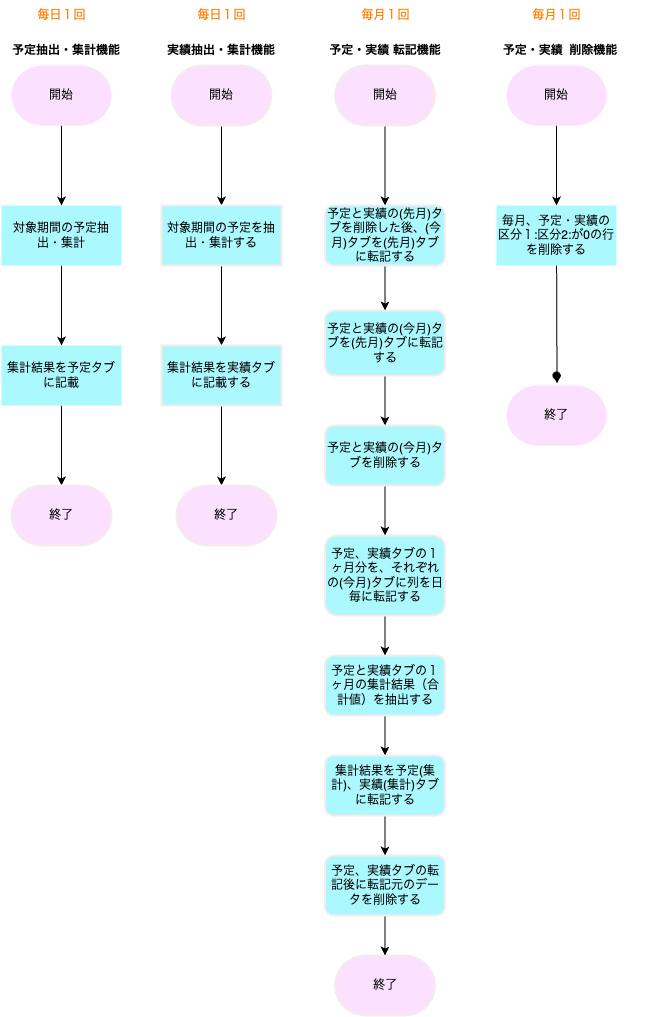
naomi-ume/gas_schedule_extraction_plan_result keeps this draw.io diagram as simple_flowchart.png. Above is the earlier version. Source tidied: cells renumbered, new cells last; positions are measured from the earlier drawing's top-left corner, leaving out a move shared by most shapes.
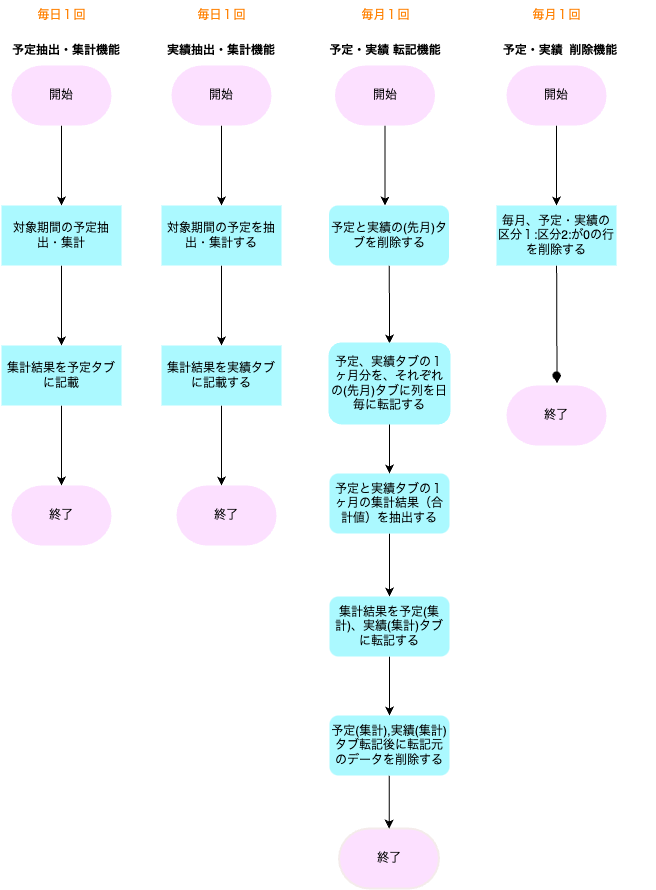
Above is the later version.

Commit message:
フローチャート修正

Change to the diagram source:
```diff
@@ -25,7 +25,7 @@
     <mxCell id="8" value="集計結果を予定タブに記載" style="whiteSpace=wrap;html=1;fillColor=#ABF9FF;fontColor=#000000;strokeWidth=2;strokeColor=none;" parent="1" vertex="1">
       <mxGeometry y="345" width="120" height="60" as="geometry" />
     </mxCell>
-    <mxCell id="9" value="終了" style="strokeWidth=2;html=1;shape=mxgraph.flowchart.terminator;whiteSpace=wrap;strokeColor=#F4EBEB;fontColor=#000000;fillColor=#FCE0FF;" parent="1" vertex="1">
+    <mxCell id="9" value="終了" style="strokeWidth=2;html=1;shape=mxgraph.flowchart.terminator;whiteSpace=wrap;strokeColor=none;fontColor=#000000;fillColor=#FCE0FF;" parent="1" vertex="1">
       <mxGeometry x="10" y="485" width="100" height="60" as="geometry" />
     </mxCell>
     <mxCell id="10" value="実績抽出・集計機能" style="text;strokeColor=none;align=center;fillColor=none;html=1;verticalAlign=middle;whiteSpace=wrap;rounded=0;fontColor=#000000;fontStyle=1;" parent="1" vertex="1">
@@ -34,13 +34,13 @@
     <mxCell id="11" style="edgeStyle=none;html=1;strokeColor=#000000;fontColor=#000000;" parent="1" edge="1" source="12" target="14">
       <mxGeometry relative="1" as="geometry" />
     </mxCell>
-    <mxCell id="12" value="開始" style="strokeWidth=2;html=1;shape=mxgraph.flowchart.terminator;whiteSpace=wrap;strokeColor=#F4EBEB;fontColor=#000000;fillColor=#FCE0FF;" parent="1" vertex="1">
+    <mxCell id="12" value="開始" style="strokeWidth=2;html=1;shape=mxgraph.flowchart.terminator;whiteSpace=wrap;strokeColor=none;fontColor=#000000;fillColor=#FCE0FF;" parent="1" vertex="1">
       <mxGeometry x="170" y="65" width="100" height="60" as="geometry" />
     </mxCell>
     <mxCell id="13" style="edgeStyle=none;html=1;strokeColor=#000000;fontColor=#000000;" parent="1" edge="1" source="14" target="16">
       <mxGeometry relative="1" as="geometry" />
     </mxCell>
-    <mxCell id="14" value="対象期間の予定を抽出・集計する" style="whiteSpace=wrap;html=1;fillColor=#ABF9FF;strokeColor=#F4EBEB;fontColor=#000000;strokeWidth=2;" parent="1" vertex="1">
+    <mxCell id="14" value="対象期間の予定を抽出・集計する" style="whiteSpace=wrap;html=1;fillColor=#ABF9FF;strokeColor=none;fontColor=#000000;strokeWidth=2;" parent="1" vertex="1">
       <mxGeometry x="160" y="205" width="120" height="60" as="geometry" />
     </mxCell>
     <mxCell id="15" style="edgeStyle=none;html=1;strokeColor=#000000;fontColor=#000000;" parent="1" edge="1" source="16">
@@ -48,47 +48,43 @@
         <mxPoint x="220" y="485" as="targetPoint" />
       </mxGeometry>
     </mxCell>
-    <mxCell id="16" value="集計結果を実績タブに記載する" style="whiteSpace=wrap;html=1;fillColor=#ABF9FF;strokeColor=#F4EBEB;fontColor=#000000;strokeWidth=2;" parent="1" vertex="1">
+    <mxCell id="16" value="集計結果を実績タブに記載する" style="whiteSpace=wrap;html=1;fillColor=#ABF9FF;strokeColor=none;fontColor=#000000;strokeWidth=2;" parent="1" vertex="1">
       <mxGeometry x="160" y="345" width="120" height="60" as="geometry" />
     </mxCell>
-    <mxCell id="17" value="終了" style="strokeWidth=2;html=1;shape=mxgraph.flowchart.terminator;whiteSpace=wrap;strokeColor=#F4EBEB;fontColor=#000000;fillColor=#FCE0FF;" parent="1" vertex="1">
+    <mxCell id="17" value="終了" style="strokeWidth=2;html=1;shape=mxgraph.flowchart.terminator;whiteSpace=wrap;strokeColor=none;fontColor=#000000;fillColor=#FCE0FF;" parent="1" vertex="1">
       <mxGeometry x="175" y="485" width="100" height="60" as="geometry" />
     </mxCell>
     <mxCell id="18" value="予定・実績 転記機能" style="text;strokeColor=none;align=center;fillColor=none;html=1;verticalAlign=middle;whiteSpace=wrap;rounded=0;fontColor=#000000;fontStyle=1;" parent="1" vertex="1">
       <mxGeometry x="283.5" y="35" width="200" height="30" as="geometry" />
     </mxCell>
     <mxCell id="19" value="終了" style="strokeWidth=2;html=1;shape=mxgraph.flowchart.terminator;whiteSpace=wrap;strokeColor=#F4EBEB;fontColor=#000000;fillColor=#FCE0FF;" parent="1" vertex="1">
-      <mxGeometry x="333.5" y="955" width="100" height="60" as="geometry" />
+      <mxGeometry x="337.5" y="828" width="100" height="60" as="geometry" />
     </mxCell>
-    <mxCell id="20" style="edgeStyle=none;html=1;strokeColor=#000000;fontColor=#000000;" parent="1" edge="1" source="21" target="35">
-      <mxGeometry relative="1" as="geometry" />
+    <mxCell id="20" style="edgeStyle=none;html=1;strokeColor=#000000;fontColor=#000000;" parent="1" edge="1" source="21">
+      <mxGeometry relative="1" as="geometry">
+        <mxPoint x="383.5" y="205" as="targetPoint" />
+      </mxGeometry>
     </mxCell>
-    <mxCell id="21" value="開始" style="strokeWidth=2;html=1;shape=mxgraph.flowchart.terminator;whiteSpace=wrap;strokeColor=#F4EBEB;fontColor=#000000;fillColor=#FCE0FF;" parent="1" vertex="1">
+    <mxCell id="21" value="開始" style="strokeWidth=2;html=1;shape=mxgraph.flowchart.terminator;whiteSpace=wrap;strokeColor=none;fontColor=#000000;fillColor=#FCE0FF;" parent="1" vertex="1">
       <mxGeometry x="333.5" y="65" width="100" height="60" as="geometry" />
     </mxCell>
-    <mxCell id="22" style="edgeStyle=none;html=1;strokeColor=#000000;fontColor=#000000;" parent="1" edge="1" source="23">
-      <mxGeometry relative="1" as="geometry">
-        <mxPoint x="383.5" y="755" as="targetPoint" />
-      </mxGeometry>
-    </mxCell>
+    <mxCell id="47" style="edgeStyle=none;html=1;strokeColor=#000000;fontColor=#FF8000;" parent="1" edge="1" source="23" target="25">
+      <mxGeometry relative="1" as="geometry" />
+    </mxCell>
-    <mxCell id="23" value="予定と実績タブの１ヶ月の集計結果（合計値）を抽出する" style="rounded=1;whiteSpace=wrap;html=1;fillColor=#ABF9FF;strokeColor=#F4EBEB;fontColor=#000000;strokeWidth=2;" parent="1" vertex="1">
-      <mxGeometry x="323.5" y="655" width="120" height="60" as="geometry" />
+    <mxCell id="23" value="予定と実績タブの１ヶ月の集計結果（合計値）を抽出する" style="rounded=1;whiteSpace=wrap;html=1;fillColor=#ABF9FF;strokeColor=none;fontColor=#000000;strokeWidth=2;" parent="1" vertex="1">
+      <mxGeometry x="328" y="473" width="120" height="60" as="geometry" />
     </mxCell>
-    <mxCell id="24" style="edgeStyle=none;html=1;strokeColor=#000000;fontColor=#000000;" parent="1" edge="1" source="25">
-      <mxGeometry relative="1" as="geometry">
-        <mxPoint x="383.5" y="855" as="targetPoint" />
-      </mxGeometry>
-    </mxCell>
+    <mxCell id="48" style="edgeStyle=none;html=1;strokeColor=#000000;fontColor=#FF8000;" parent="1" edge="1" source="25" target="27">
+      <mxGeometry relative="1" as="geometry" />
+    </mxCell>
-    <mxCell id="25" value="集計結果を予定(集計)、実績(集計)タブに転記する" style="rounded=1;whiteSpace=wrap;html=1;fillColor=#ABF9FF;strokeColor=#F4EBEB;fontColor=#000000;strokeWidth=2;" parent="1" vertex="1">
-      <mxGeometry x="323.5" y="755" width="120" height="60" as="geometry" />
+    <mxCell id="25" value="集計結果を予定(集計)、実績(集計)タブに転記する" style="rounded=1;whiteSpace=wrap;html=1;fillColor=#ABF9FF;strokeColor=none;fontColor=#000000;strokeWidth=2;" parent="1" vertex="1">
+      <mxGeometry x="328" y="596" width="120" height="60" as="geometry" />
     </mxCell>
-    <mxCell id="26" style="edgeStyle=none;html=1;strokeColor=#000000;fontColor=#F4EBEB;" parent="1" edge="1" source="27">
-      <mxGeometry relative="1" as="geometry">
-        <mxPoint x="383.5" y="955" as="targetPoint" />
-      </mxGeometry>
-    </mxCell>
+    <mxCell id="49" style="edgeStyle=none;html=1;strokeColor=#000000;fontColor=#FF8000;" parent="1" edge="1" source="27" target="19">
+      <mxGeometry relative="1" as="geometry" />
+    </mxCell>
-    <mxCell id="27" value="予定、実績タブの転記後に転記元のデータを削除する" style="rounded=1;whiteSpace=wrap;html=1;fillColor=#ABF9FF;strokeColor=#F4EBEB;fontColor=#000000;strokeWidth=2;" parent="1" vertex="1">
-      <mxGeometry x="323.5" y="855" width="120" height="60" as="geometry" />
+    <mxCell id="27" value="予定(集計),実績(集計)タブ転記後に転記元のデータを削除する" style="rounded=1;whiteSpace=wrap;html=1;fillColor=#ABF9FF;strokeColor=none;fontColor=#000000;strokeWidth=2;" parent="1" vertex="1">
+      <mxGeometry x="328" y="715" width="120" height="60" as="geometry" />
     </mxCell>
     <mxCell id="28" value="予定・実績&amp;nbsp; 削除機能" style="text;strokeColor=none;align=center;fillColor=none;html=1;verticalAlign=middle;whiteSpace=wrap;rounded=0;fontColor=#000000;fontStyle=1;" parent="1" vertex="1">
       <mxGeometry x="464" y="35" width="190" height="30" as="geometry" />
@@ -105,34 +101,24 @@
     <mxCell id="32" value="&lt;font color=&quot;#000000&quot;&gt;毎月、予定・実績の&lt;br&gt;区分１:区分2:が0の行を削除する&lt;br&gt;&lt;/font&gt;" style="whiteSpace=wrap;html=1;fillColor=#ABF9FF;strokeWidth=2;strokeColor=none;" parent="1" vertex="1">
       <mxGeometry x="495" y="205" width="120" height="60" as="geometry" />
     </mxCell>
-    <mxCell id="33" style="edgeStyle=none;html=1;strokeColor=#000000;fontColor=#000000;" parent="1" edge="1" target="23">
-      <mxGeometry relative="1" as="geometry">
-        <mxPoint x="383.5" y="615" as="sourcePoint" />
-      </mxGeometry>
-    </mxCell>
-    <mxCell id="34" style="edgeStyle=none;html=1;strokeColor=#000000;fontColor=#F4EBEB;" parent="1" edge="1" source="35" target="38">
-      <mxGeometry relative="1" as="geometry" />
-    </mxCell>
-    <mxCell id="35" value="予定と実績の(先月)タブを削除した後、(今月)タブを(先月)タブに転記する" style="rounded=1;whiteSpace=wrap;html=1;fillColor=#ABF9FF;strokeColor=#F4EBEB;fontColor=#000000;strokeWidth=2;" parent="1" vertex="1">
-      <mxGeometry x="323.5" y="205" width="120" height="60" as="geometry" />
-    </mxCell>
     <mxCell id="36" style="shape=waypoint;sketch=0;size=6;fillColor=#C9F1FF;perimeter=centerPerimeter;strokeWidth=2;" parent="1" vertex="1">
       <mxGeometry x="545" y="365" width="20" height="20" as="geometry" />
     </mxCell>
-    <mxCell id="37" style="edgeStyle=none;html=1;strokeColor=#000000;fontColor=#F4EBEB;" parent="1" edge="1" source="38" target="40">
-      <mxGeometry relative="1" as="geometry" />
-    </mxCell>
-    <mxCell id="38" value="予定と実績の(今月)タブを(先月)タブに転記する" style="rounded=1;whiteSpace=wrap;html=1;fillColor=#ABF9FF;strokeColor=#F4EBEB;fontColor=#000000;strokeWidth=2;" parent="1" vertex="1">
-      <mxGeometry x="323.5" y="310" width="120" height="65" as="geometry" />
-    </mxCell>
-    <mxCell id="39" style="edgeStyle=none;html=1;strokeColor=#000000;fontColor=#F4EBEB;" parent="1" edge="1" source="40" target="41">
-      <mxGeometry relative="1" as="geometry" />
+    <mxCell id="39" style="edgeStyle=none;html=1;strokeColor=#000000;fontColor=#FF8000;" parent="1" edge="1" source="40" target="41">
+      <mxGeometry relative="1" as="geometry">
+        <Array as="points">
+          <mxPoint x="388" y="311" />
+        </Array>
+      </mxGeometry>
     </mxCell>
-    <mxCell id="40" value="予定と実績の(今月)タブを削除する" style="rounded=1;whiteSpace=wrap;html=1;fillColor=#ABF9FF;strokeColor=#F4EBEB;fontColor=#000000;strokeWidth=2;" parent="1" vertex="1">
-      <mxGeometry x="323.5" y="425" width="120" height="60" as="geometry" />
+    <mxCell id="40" value="予定と実績の(先月)タブを削除する" style="rounded=1;whiteSpace=wrap;html=1;fillColor=#ABF9FF;strokeColor=none;fontColor=#000000;strokeWidth=2;" parent="1" vertex="1">
+      <mxGeometry x="327.5" y="205" width="120" height="60" as="geometry" />
     </mxCell>
+    <mxCell id="50" style="edgeStyle=none;html=1;strokeColor=#000000;fontColor=#FF8000;" parent="1" edge="1" source="41" target="23">
+      <mxGeometry relative="1" as="geometry" />
+    </mxCell>
-    <mxCell id="41" value="予定、実績タブの１ヶ月分を、それぞれの(今月)タブに列を日毎に転記する" style="rounded=1;whiteSpace=wrap;html=1;fillColor=#ABF9FF;strokeColor=#F4EBEB;fontColor=#000000;strokeWidth=2;" parent="1" vertex="1">
-      <mxGeometry x="323.5" y="535" width="120" height="80" as="geometry" />
+    <mxCell id="41" value="予定、実績タブの１ヶ月分を、それぞれの(先月)タブに列を日毎に転記する" style="rounded=1;whiteSpace=wrap;html=1;fillColor=#ABF9FF;strokeColor=#ABF9FF;fontColor=#000000;strokeWidth=2;" parent="1" vertex="1">
+      <mxGeometry x="328" y="343" width="120" height="80" as="geometry" />
     </mxCell>
     <mxCell id="42" value="毎日１回" style="text;html=1;align=center;verticalAlign=middle;strokeColor=none;fillColor=none;fontColor=#FF8000;" parent="1" vertex="1">
       <mxGeometry x="25" width="70" height="30" as="geometry" />
```
